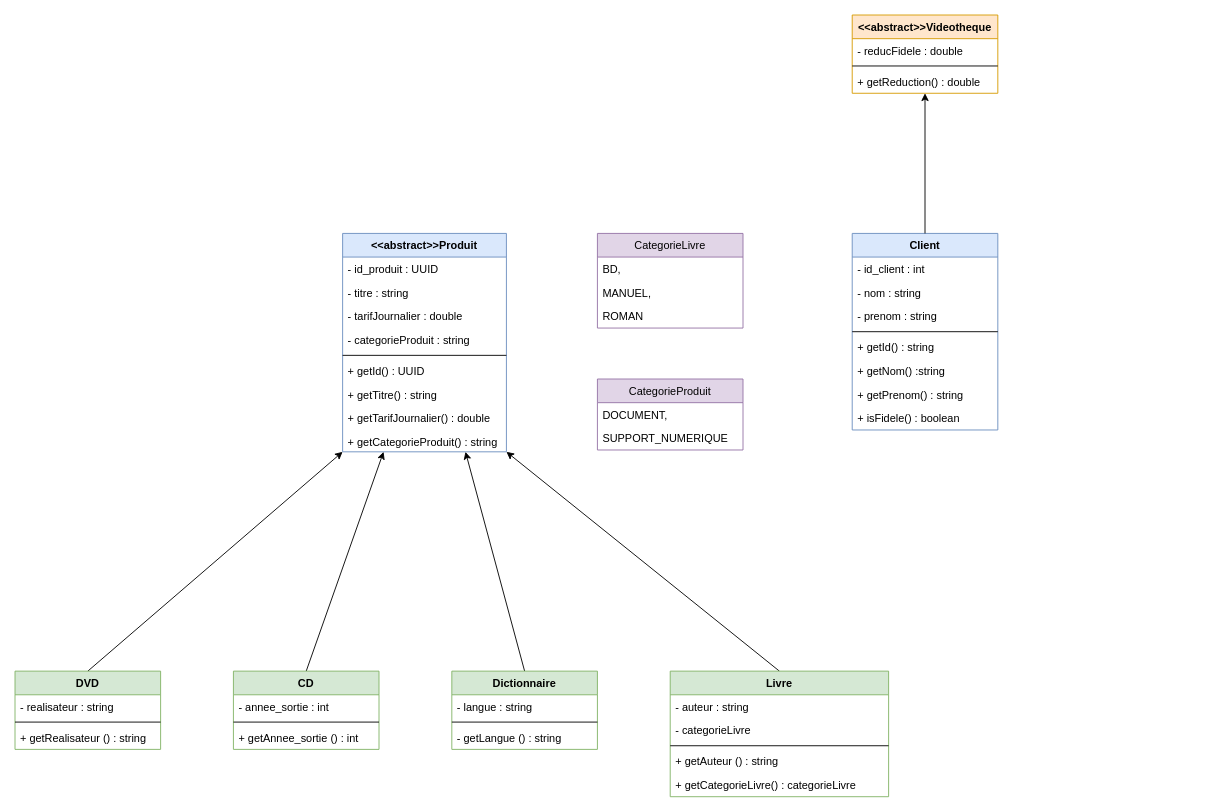
The draw.io diagram UML.drawio in Harsisis/Java_project, before the edit. Source tidied: cells renumbered, new cells numbered last; positions are measured from the earlier drawing's top-left corner, leaving out a move shared by most shapes. Both pictures are drawn from the tidied source at 91%, with x=0, y=0 at pixel (15, 15).
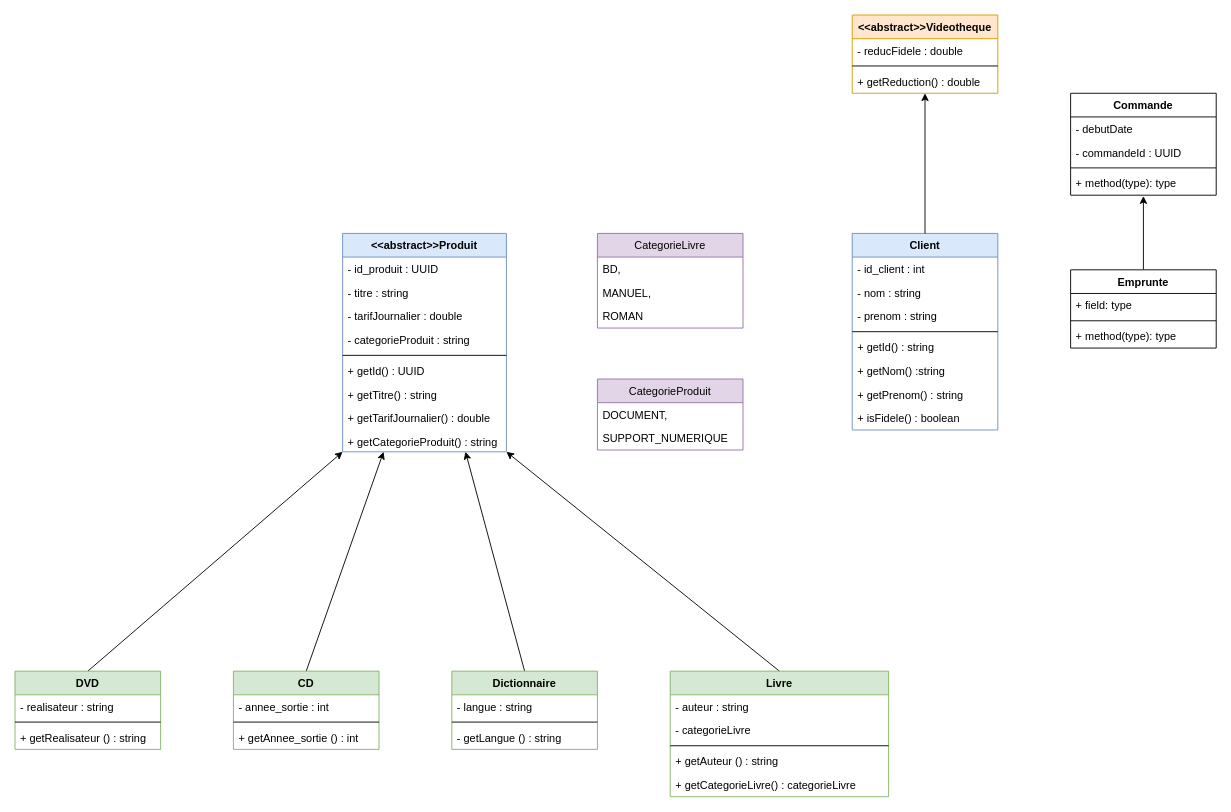
Above is the later version.

Diff of the diagram source:
```diff
@@
+    <mxCell id="55" style="endArrow=classic;html=1;exitX=0.5;exitY=0;exitDx=0;exitDy=0;entryX=0.5;entryY=1.038;entryDx=0;entryDy=0;entryPerimeter=0;" parent="1" edge="1" source="61" target="60">
+      <mxGeometry relative="1" as="geometry" />
+    </mxCell>
+    <mxCell id="56" value="Commande" style="swimlane;fontStyle=1;align=center;verticalAlign=top;horizontal=1;startSize=26;" parent="1" vertex="1">
+      <mxGeometry x="1160" y="86" width="160" height="112" as="geometry" />
+    </mxCell>
+    <mxCell id="57" value="- debutDate" style="text;strokeColor=none;fillColor=none;align=left;verticalAlign=top;spacingLeft=4;spacingRight=4;overflow=hidden;" parent="56" vertex="1">
+      <mxGeometry y="26" width="160" height="26" as="geometry" />
+    </mxCell>
+    <mxCell id="58" value="- commandeId : UUID" style="text;strokeColor=none;fillColor=none;align=left;verticalAlign=top;spacingLeft=4;spacingRight=4;overflow=hidden;" parent="56" vertex="1">
+      <mxGeometry y="52" width="160" height="26" as="geometry" />
+    </mxCell>
+    <mxCell id="59" style="line;strokeWidth=1;fillColor=none;align=left;verticalAlign=middle;spacingTop=-1;spacingLeft=3;spacingRight=3;labelPosition=right;" parent="56" vertex="1">
+      <mxGeometry y="78" width="160" height="8" as="geometry" />
+    </mxCell>
+    <mxCell id="60" value="+ method(type): type" style="text;strokeColor=none;fillColor=none;align=left;verticalAlign=top;spacingLeft=4;spacingRight=4;overflow=hidden;points=[[0,0.5],[1,0.5]];portConstraint=eastwest;" parent="56" vertex="1">
+      <mxGeometry y="86" width="160" height="26" as="geometry" />
+    </mxCell>
+    <mxCell id="61" value="Emprunte" style="swimlane;fontStyle=1;align=center;verticalAlign=top;horizontal=1;startSize=26;" parent="1" vertex="1">
+      <mxGeometry x="1160" y="280" width="160" height="86" as="geometry" />
+    </mxCell>
+    <mxCell id="62" value="+ field: type" style="text;strokeColor=none;fillColor=none;align=left;verticalAlign=top;spacingLeft=4;spacingRight=4;overflow=hidden;" parent="61" vertex="1">
+      <mxGeometry y="26" width="160" height="26" as="geometry" />
+    </mxCell>
+    <mxCell id="63" style="line;strokeWidth=1;fillColor=none;align=left;verticalAlign=middle;spacingTop=-1;spacingLeft=3;spacingRight=3;labelPosition=right;" parent="61" vertex="1">
+      <mxGeometry y="52" width="160" height="8" as="geometry" />
+    </mxCell>
+    <mxCell id="64" value="+ method(type): type" style="text;strokeColor=none;fillColor=none;align=left;verticalAlign=top;spacingLeft=4;spacingRight=4;overflow=hidden;" parent="61" vertex="1">
+      <mxGeometry y="60" width="160" height="26" as="geometry" />
+    </mxCell>
```
